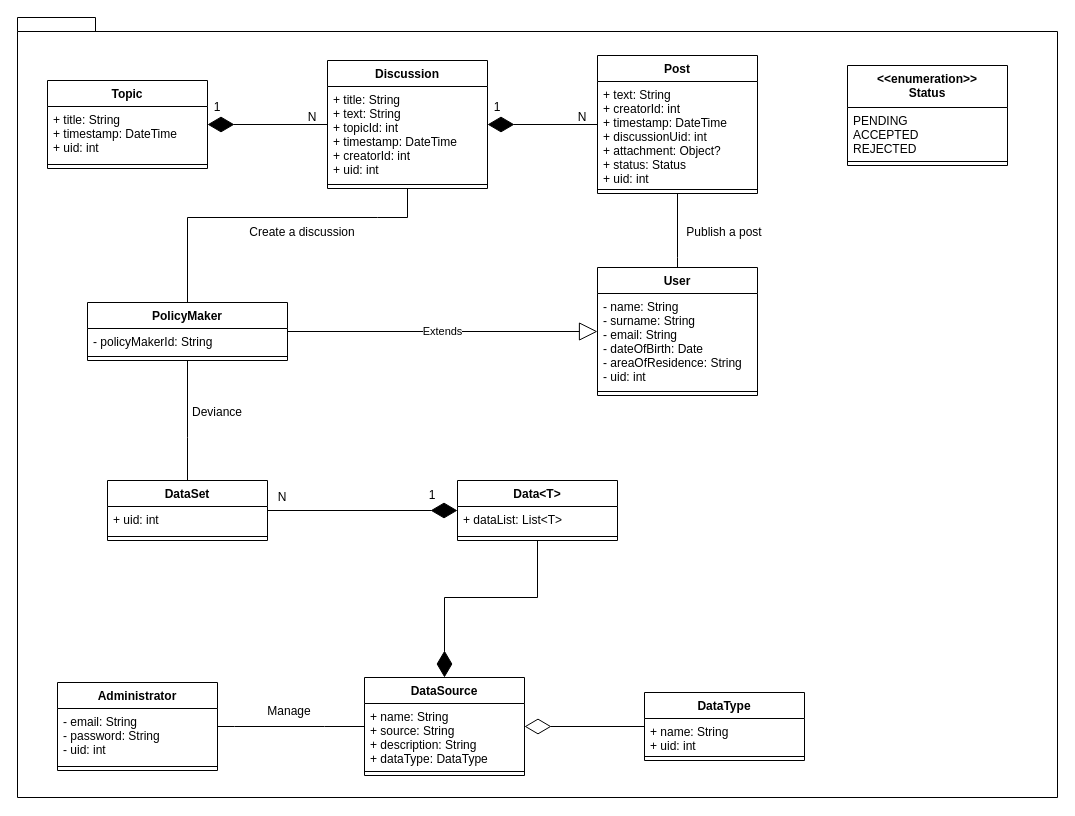
Above: Use cases diagram/ClassDiagram.drawio in matteovisotto/SE2-CecchettoSirianiVisotto (draw.io), before the change. Source tidied: cells renumbered, new cells numbered last; positions are measured from the earlier drawing's top-left corner, leaving out a move shared by most shapes. Both pictures are drawn from the tidied source at 100%, with x=0, y=0 at pixel (17, 17).
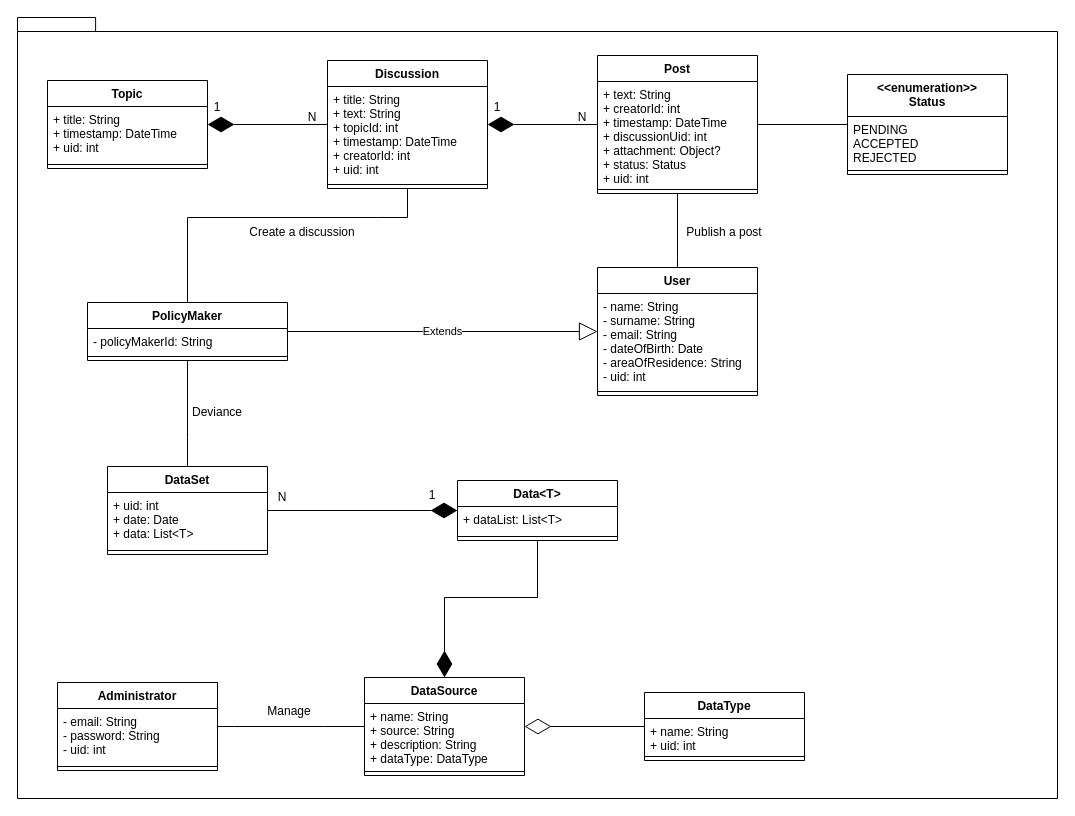
Above is the later version.

Unchanged cells that the change refers to:
```xml
<mxCell id="13" value="Post" style="swimlane;fontStyle=1;align=center;verticalAlign=top;horizontal=1;startSize=26;" parent="1" vertex="1">
  <mxGeometry x="580" y="38" width="160" height="138" as="geometry" />
</mxCell>
```

Diff of the diagram source:
```diff
@@
     <mxCell id="2" style="shape=folder;fontStyle=1;spacingTop=10;tabWidth=40;tabHeight=14;tabPosition=left;html=1;" parent="1" vertex="1">
-      <mxGeometry width="1040" height="780" as="geometry" />
+      <mxGeometry width="1040" height="781" as="geometry" />
     </mxCell>
@@
     <mxCell id="35" value="DataSet" style="swimlane;fontStyle=1;align=center;verticalAlign=top;horizontal=1;startSize=26;" parent="1" vertex="1">
-      <mxGeometry x="90" y="463" width="160" height="60" as="geometry" />
+      <mxGeometry x="90" y="449" width="160" height="88" as="geometry" />
     </mxCell>
-    <mxCell id="36" value="+ uid: int" style="text;strokeColor=none;fillColor=none;align=left;verticalAlign=top;spacingLeft=4;spacingRight=4;overflow=hidden;" parent="35" vertex="1">
-      <mxGeometry y="26" width="160" height="26" as="geometry" />
+    <mxCell id="36" value="+ uid: int&#10;+ date: Date&#10;+ data: List&lt;T&gt;" style="text;strokeColor=none;fillColor=none;align=left;verticalAlign=top;spacingLeft=4;spacingRight=4;overflow=hidden;" parent="35" vertex="1">
+      <mxGeometry y="26" width="160" height="54" as="geometry" />
     </mxCell>
     <mxCell id="37" style="line;strokeWidth=1;fillColor=none;align=left;verticalAlign=middle;spacingTop=-1;spacingLeft=3;spacingRight=3;labelPosition=right;" parent="35" vertex="1">
-      <mxGeometry y="52" width="160" height="8" as="geometry" />
+      <mxGeometry y="80" width="160" height="8" as="geometry" />
     </mxCell>
@@
     <mxCell id="53" value="&lt;&lt;enumeration&gt;&gt;&#10;Status" style="swimlane;fontStyle=1;align=center;verticalAlign=top;horizontal=1;startSize=42;" parent="1" vertex="1">
-      <mxGeometry x="830" y="48" width="160" height="100" as="geometry" />
+      <mxGeometry x="830" y="57" width="160" height="100" as="geometry" />
     </mxCell>
@@
+    <mxCell id="56" style="endArrow=none;html=1;rounded=0;" parent="1" edge="1" source="53" target="13">
+      <mxGeometry relative="1" as="geometry" />
+    </mxCell>
```
